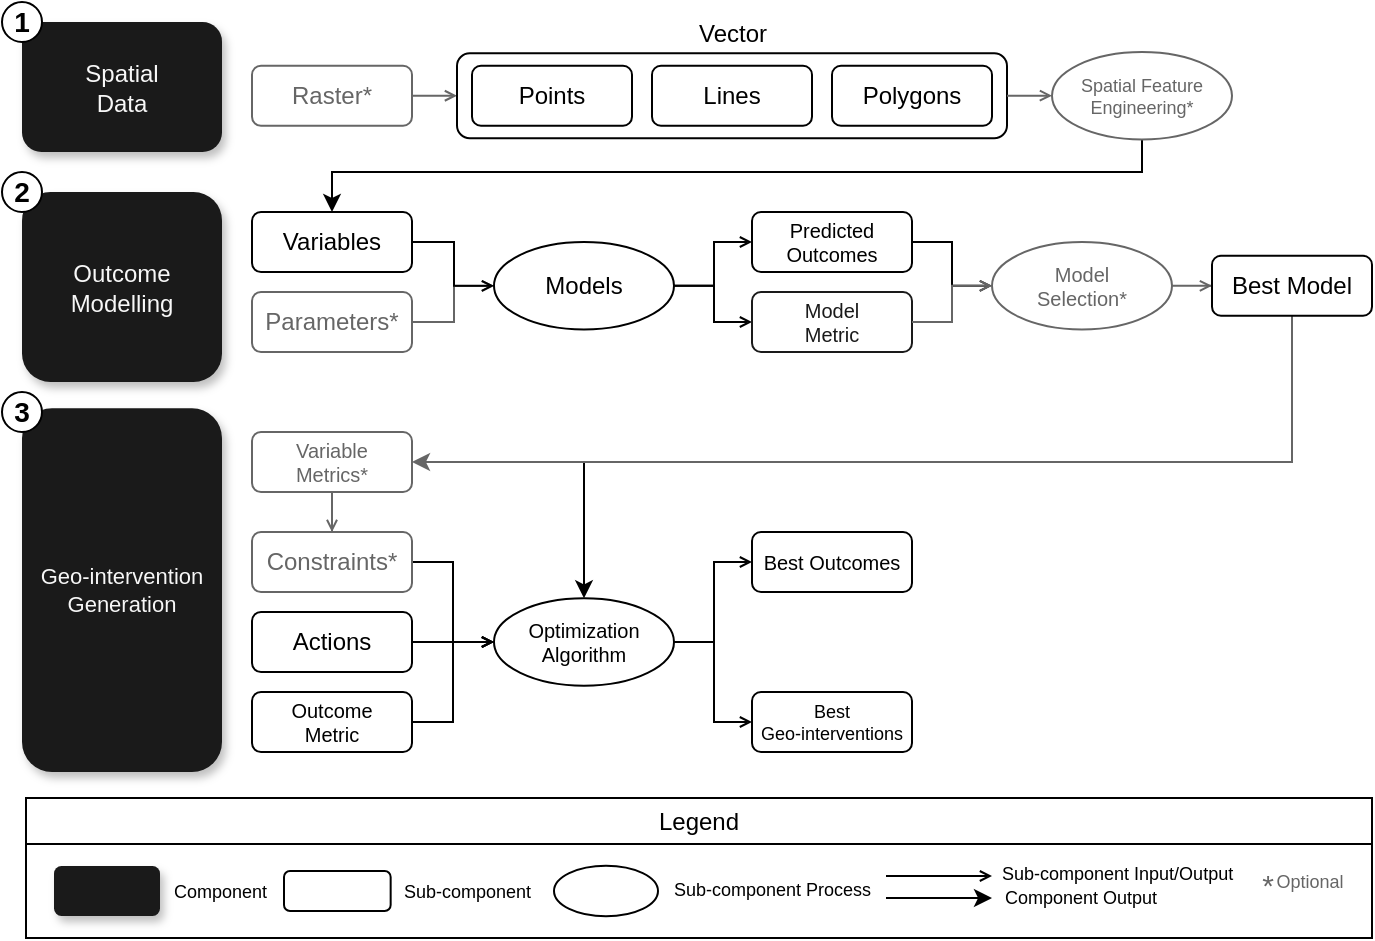
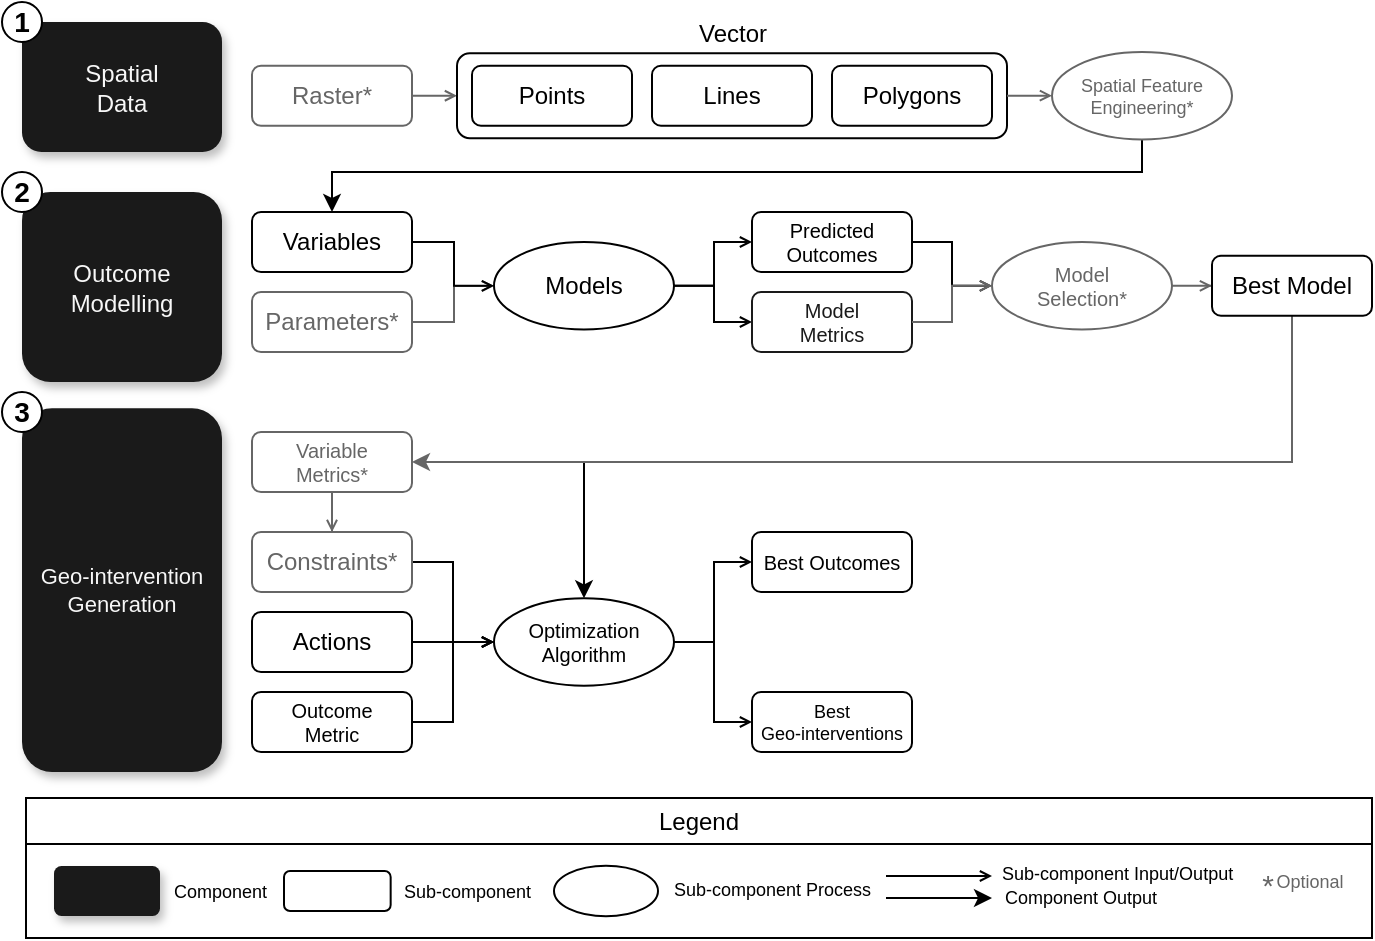
<mxfile host="Electron" agent="Mozilla/5.0 (Macintosh; Intel Mac OS X 10_15_7) AppleWebKit/537.36 (KHTML, like Gecko) draw.io/25.0.2 Chrome/128.0.6613.186 Electron/32.2.5 Safari/537.36" version="25.0.2">
  <diagram name="Page-1" id="8gdRkE0yfgIarTRspHVS">
-     <mxGraphModel dx="285" dy="191" grid="1" gridSize="5" guides="1" tooltips="1" connect="1" arrows="1" fold="1" page="1" pageScale="1" pageWidth="700" pageHeight="485" math="0" shadow="0">
+     <mxGraphModel dx="757" dy="506" grid="1" gridSize="5" guides="1" tooltips="1" connect="1" arrows="1" fold="1" page="1" pageScale="1" pageWidth="700" pageHeight="485" math="1" shadow="0">
      <root>
        <mxCell id="0" />
        <mxCell id="1" parent="0" />
        <mxCell id="zVcd5So7Ncbx6f7flit7-27" value="Variables" style="rounded=1;whiteSpace=wrap;html=1;" parent="1" vertex="1">
          <mxGeometry x="132" y="112" width="80" height="30" as="geometry" />
        </mxCell>
        <mxCell id="zVcd5So7Ncbx6f7flit7-43" style="rounded=0;orthogonalLoop=1;jettySize=auto;html=1;exitX=1;exitY=0.5;exitDx=0;exitDy=0;entryX=0;entryY=0.5;entryDx=0;entryDy=0;edgeStyle=orthogonalEdgeStyle;strokeColor=#666666;endArrow=open;endFill=0;endSize=4;startSize=4;" parent="1" source="zVcd5So7Ncbx6f7flit7-28" target="zVcd5So7Ncbx6f7flit7-30" edge="1">
          <mxGeometry relative="1" as="geometry">
            <Array as="points">
              <mxPoint x="233" y="167" />
              <mxPoint x="233" y="149" />
              <mxPoint x="253" y="149" />
            </Array>
          </mxGeometry>
        </mxCell>
        <mxCell id="zVcd5So7Ncbx6f7flit7-28" value="Parameters*" style="rounded=1;whiteSpace=wrap;html=1;strokeColor=#666666;fontColor=#666666;" parent="1" vertex="1">
          <mxGeometry x="132" y="152" width="80" height="30" as="geometry" />
        </mxCell>
        <mxCell id="zVcd5So7Ncbx6f7flit7-45" style="edgeStyle=orthogonalEdgeStyle;rounded=0;orthogonalLoop=1;jettySize=auto;html=1;entryX=0;entryY=0.5;entryDx=0;entryDy=0;endArrow=open;endFill=0;endSize=4;startSize=4;" parent="1" source="zVcd5So7Ncbx6f7flit7-30" target="zVcd5So7Ncbx6f7flit7-31" edge="1">
          <mxGeometry relative="1" as="geometry" />
        </mxCell>
        <mxCell id="Uf6OMud8qKE22yOZLW_d-1" style="edgeStyle=orthogonalEdgeStyle;rounded=0;orthogonalLoop=1;jettySize=auto;html=1;entryX=0;entryY=0.5;entryDx=0;entryDy=0;endArrow=open;endFill=0;endSize=4;startSize=4;" edge="1" parent="1" source="zVcd5So7Ncbx6f7flit7-30" target="zVcd5So7Ncbx6f7flit7-46">
          <mxGeometry relative="1" as="geometry" />
        </mxCell>
        <mxCell id="zVcd5So7Ncbx6f7flit7-30" value="Models" style="ellipse;whiteSpace=wrap;html=1;fontColor=#000000;strokeColor=#000000;fontSize=12;" parent="1" vertex="1">
          <mxGeometry x="253" y="127.00999999999999" width="90" height="43.75" as="geometry" />
        </mxCell>
        <mxCell id="zVcd5So7Ncbx6f7flit7-49" style="edgeStyle=orthogonalEdgeStyle;rounded=0;orthogonalLoop=1;jettySize=auto;html=1;entryX=0;entryY=0.5;entryDx=0;entryDy=0;endArrow=open;endFill=0;endSize=4;startSize=4;" parent="1" source="zVcd5So7Ncbx6f7flit7-31" target="zVcd5So7Ncbx6f7flit7-33" edge="1">
          <mxGeometry relative="1" as="geometry" />
        </mxCell>
        <mxCell id="zVcd5So7Ncbx6f7flit7-31" value="Predicted Outcomes" style="rounded=1;whiteSpace=wrap;html=1;fontSize=10;" parent="1" vertex="1">
          <mxGeometry x="382" y="112" width="80" height="30" as="geometry" />
        </mxCell>
        <mxCell id="zVcd5So7Ncbx6f7flit7-44" style="edgeStyle=orthogonalEdgeStyle;rounded=0;orthogonalLoop=1;jettySize=auto;html=1;entryX=0;entryY=0.5;entryDx=0;entryDy=0;endArrow=open;endFill=0;endSize=4;startSize=4;" parent="1" source="zVcd5So7Ncbx6f7flit7-27" target="zVcd5So7Ncbx6f7flit7-30" edge="1">
          <mxGeometry relative="1" as="geometry">
            <Array as="points">
              <mxPoint x="233" y="127" />
              <mxPoint x="233" y="149" />
            </Array>
          </mxGeometry>
        </mxCell>
        <mxCell id="zVcd5So7Ncbx6f7flit7-51" style="edgeStyle=orthogonalEdgeStyle;rounded=0;orthogonalLoop=1;jettySize=auto;html=1;entryX=0;entryY=0.5;entryDx=0;entryDy=0;strokeColor=#666666;endArrow=open;endFill=0;endSize=4;startSize=4;" parent="1" source="zVcd5So7Ncbx6f7flit7-33" target="zVcd5So7Ncbx6f7flit7-47" edge="1">
          <mxGeometry relative="1" as="geometry" />
        </mxCell>
        <mxCell id="zVcd5So7Ncbx6f7flit7-33" value="Model&lt;div&gt;Selection*&lt;/div&gt;" style="ellipse;whiteSpace=wrap;html=1;fontColor=#666666;strokeColor=#666666;fontSize=10;" parent="1" vertex="1">
          <mxGeometry x="502" y="127.00999999999999" width="90" height="43.75" as="geometry" />
        </mxCell>
        <mxCell id="zVcd5So7Ncbx6f7flit7-18" style="edgeStyle=orthogonalEdgeStyle;rounded=0;orthogonalLoop=1;jettySize=auto;html=1;entryX=0;entryY=0.5;entryDx=0;entryDy=0;fontColor=#666666;strokeColor=#666666;endArrow=open;endFill=0;endSize=4;startSize=4;" parent="1" source="zVcd5So7Ncbx6f7flit7-16" target="zVcd5So7Ncbx6f7flit7-8" edge="1">
          <mxGeometry relative="1" as="geometry" />
        </mxCell>
        <mxCell id="zVcd5So7Ncbx6f7flit7-16" value="Raster*" style="rounded=1;whiteSpace=wrap;html=1;strokeColor=#666666;fontColor=#666666;" parent="1" vertex="1">
          <mxGeometry x="132" y="38.870000000000005" width="80" height="30" as="geometry" />
        </mxCell>
        <mxCell id="zVcd5So7Ncbx6f7flit7-8" value="Vector" style="rounded=1;whiteSpace=wrap;html=1;glass=0;fillColor=none;verticalAlign=top;spacing=0;spacingTop=-22;align=center;fontColor=#000000;strokeColor=#000000;spacingRight=0;spacingLeft=0;" parent="1" vertex="1">
          <mxGeometry x="234.5" y="32.620000000000005" width="275" height="42.5" as="geometry" />
        </mxCell>
        <mxCell id="zVcd5So7Ncbx6f7flit7-1" value="Points" style="rounded=1;whiteSpace=wrap;html=1;" parent="1" vertex="1">
          <mxGeometry x="242" y="38.870000000000005" width="80" height="30" as="geometry" />
        </mxCell>
        <mxCell id="zVcd5So7Ncbx6f7flit7-5" value="Lines" style="rounded=1;whiteSpace=wrap;html=1;" parent="1" vertex="1">
          <mxGeometry x="332" y="38.870000000000005" width="80" height="30" as="geometry" />
        </mxCell>
        <mxCell id="zVcd5So7Ncbx6f7flit7-6" value="Polygons" style="rounded=1;whiteSpace=wrap;html=1;" parent="1" vertex="1">
          <mxGeometry x="422" y="38.870000000000005" width="80" height="30" as="geometry" />
        </mxCell>
        <mxCell id="zVcd5So7Ncbx6f7flit7-48" style="edgeStyle=orthogonalEdgeStyle;rounded=0;orthogonalLoop=1;jettySize=auto;html=1;entryX=0.5;entryY=0;entryDx=0;entryDy=0;" parent="1" source="zVcd5So7Ncbx6f7flit7-22" target="zVcd5So7Ncbx6f7flit7-27" edge="1">
          <mxGeometry relative="1" as="geometry">
            <Array as="points">
              <mxPoint x="577" y="92" />
              <mxPoint x="172" y="92" />
            </Array>
          </mxGeometry>
        </mxCell>
        <mxCell id="zVcd5So7Ncbx6f7flit7-22" value="Spatial&amp;nbsp;&lt;span style=&quot;background-color: initial;&quot;&gt;Feature&lt;/span&gt;&lt;div&gt;Engineering*&lt;/div&gt;" style="ellipse;whiteSpace=wrap;html=1;fontColor=#666666;strokeColor=#666666;fontSize=9;" parent="1" vertex="1">
          <mxGeometry x="532" y="32" width="90" height="43.75" as="geometry" />
        </mxCell>
        <mxCell id="zVcd5So7Ncbx6f7flit7-25" style="edgeStyle=orthogonalEdgeStyle;rounded=0;orthogonalLoop=1;jettySize=auto;html=1;entryX=0;entryY=0.5;entryDx=0;entryDy=0;fontColor=#666666;strokeColor=#666666;endArrow=open;endFill=0;endSize=4;startSize=4;" parent="1" source="zVcd5So7Ncbx6f7flit7-8" target="zVcd5So7Ncbx6f7flit7-22" edge="1">
          <mxGeometry relative="1" as="geometry" />
        </mxCell>
-         <mxCell id="zVcd5So7Ncbx6f7flit7-46" value="Model&lt;div&gt;Metric&lt;/div&gt;" style="rounded=1;whiteSpace=wrap;html=1;fontSize=10;fontColor=#1A1A1A;strokeColor=#1A1A1A;" parent="1" vertex="1">
+         <mxCell id="zVcd5So7Ncbx6f7flit7-46" value="Model&lt;div&gt;Metrics&lt;/div&gt;" style="rounded=1;whiteSpace=wrap;html=1;fontSize=10;fontColor=#1A1A1A;strokeColor=#1A1A1A;" parent="1" vertex="1">
          <mxGeometry x="382" y="152" width="80" height="30" as="geometry" />
        </mxCell>
        <mxCell id="zVcd5So7Ncbx6f7flit7-59" style="edgeStyle=orthogonalEdgeStyle;rounded=0;orthogonalLoop=1;jettySize=auto;html=1;entryX=0.5;entryY=0;entryDx=0;entryDy=0;endArrow=classic;endFill=1;" parent="1" source="zVcd5So7Ncbx6f7flit7-47" target="zVcd5So7Ncbx6f7flit7-55" edge="1">
          <mxGeometry relative="1" as="geometry">
            <Array as="points">
              <mxPoint x="652" y="237" />
              <mxPoint x="298" y="237" />
            </Array>
          </mxGeometry>
        </mxCell>
        <mxCell id="zVcd5So7Ncbx6f7flit7-64" style="edgeStyle=orthogonalEdgeStyle;rounded=0;orthogonalLoop=1;jettySize=auto;html=1;entryX=1;entryY=0.5;entryDx=0;entryDy=0;strokeColor=#666666;endArrow=classic;endFill=1;" parent="1" source="zVcd5So7Ncbx6f7flit7-47" target="zVcd5So7Ncbx6f7flit7-54" edge="1">
          <mxGeometry relative="1" as="geometry">
            <Array as="points">
              <mxPoint x="652" y="237" />
            </Array>
          </mxGeometry>
        </mxCell>
        <mxCell id="zVcd5So7Ncbx6f7flit7-47" value="Best Model" style="rounded=1;whiteSpace=wrap;html=1;" parent="1" vertex="1">
          <mxGeometry x="612" y="133.88" width="80" height="30" as="geometry" />
        </mxCell>
        <mxCell id="zVcd5So7Ncbx6f7flit7-50" style="edgeStyle=orthogonalEdgeStyle;rounded=0;orthogonalLoop=1;jettySize=auto;html=1;entryX=0;entryY=0.5;entryDx=0;entryDy=0;strokeColor=#666666;endArrow=open;endFill=0;endSize=4;startSize=4;" parent="1" source="zVcd5So7Ncbx6f7flit7-46" target="zVcd5So7Ncbx6f7flit7-33" edge="1">
          <mxGeometry relative="1" as="geometry" />
        </mxCell>
        <mxCell id="zVcd5So7Ncbx6f7flit7-60" style="edgeStyle=orthogonalEdgeStyle;rounded=0;orthogonalLoop=1;jettySize=auto;html=1;entryX=0;entryY=0.5;entryDx=0;entryDy=0;endArrow=open;endFill=0;endSize=4;startSize=4;" parent="1" source="zVcd5So7Ncbx6f7flit7-52" target="zVcd5So7Ncbx6f7flit7-55" edge="1">
          <mxGeometry relative="1" as="geometry" />
        </mxCell>
        <mxCell id="zVcd5So7Ncbx6f7flit7-52" value="Actions" style="rounded=1;whiteSpace=wrap;html=1;" parent="1" vertex="1">
          <mxGeometry x="132" y="312" width="80" height="30" as="geometry" />
        </mxCell>
        <mxCell id="zVcd5So7Ncbx6f7flit7-62" style="edgeStyle=orthogonalEdgeStyle;rounded=0;orthogonalLoop=1;jettySize=auto;html=1;entryX=0;entryY=0.5;entryDx=0;entryDy=0;endArrow=open;endFill=0;endSize=4;startSize=4;" parent="1" source="zVcd5So7Ncbx6f7flit7-53" target="zVcd5So7Ncbx6f7flit7-55" edge="1">
          <mxGeometry relative="1" as="geometry" />
        </mxCell>
        <mxCell id="zVcd5So7Ncbx6f7flit7-53" value="Constraints*" style="rounded=1;whiteSpace=wrap;html=1;strokeColor=#666666;fontColor=#666666;" parent="1" vertex="1">
          <mxGeometry x="132" y="272" width="80" height="30" as="geometry" />
        </mxCell>
        <mxCell id="zVcd5So7Ncbx6f7flit7-63" style="edgeStyle=orthogonalEdgeStyle;rounded=0;orthogonalLoop=1;jettySize=auto;html=1;entryX=0.5;entryY=0;entryDx=0;entryDy=0;fontColor=#666666;strokeColor=#666666;endArrow=open;endFill=0;endSize=4;startSize=4;" parent="1" source="zVcd5So7Ncbx6f7flit7-54" target="zVcd5So7Ncbx6f7flit7-53" edge="1">
          <mxGeometry relative="1" as="geometry" />
        </mxCell>
        <mxCell id="zVcd5So7Ncbx6f7flit7-54" value="Variable&lt;div&gt;Metrics*&lt;/div&gt;" style="rounded=1;whiteSpace=wrap;html=1;strokeColor=#666666;fontColor=#666666;fontSize=10;" parent="1" vertex="1">
          <mxGeometry x="132" y="222" width="80" height="30" as="geometry" />
        </mxCell>
        <mxCell id="zVcd5So7Ncbx6f7flit7-66" style="edgeStyle=orthogonalEdgeStyle;rounded=0;orthogonalLoop=1;jettySize=auto;html=1;entryX=0;entryY=0.5;entryDx=0;entryDy=0;endArrow=open;endFill=0;endSize=4;startSize=4;" parent="1" source="zVcd5So7Ncbx6f7flit7-55" target="zVcd5So7Ncbx6f7flit7-57" edge="1">
          <mxGeometry relative="1" as="geometry" />
        </mxCell>
        <mxCell id="zVcd5So7Ncbx6f7flit7-67" style="edgeStyle=orthogonalEdgeStyle;rounded=0;orthogonalLoop=1;jettySize=auto;html=1;entryX=0;entryY=0.5;entryDx=0;entryDy=0;endArrow=open;endFill=0;endSize=4;startSize=4;" parent="1" source="zVcd5So7Ncbx6f7flit7-55" target="zVcd5So7Ncbx6f7flit7-58" edge="1">
          <mxGeometry relative="1" as="geometry" />
        </mxCell>
        <mxCell id="zVcd5So7Ncbx6f7flit7-55" value="Optimization&lt;div&gt;Algorithm&lt;/div&gt;" style="ellipse;whiteSpace=wrap;html=1;fontColor=#000000;strokeColor=#000000;fontSize=10;" parent="1" vertex="1">
          <mxGeometry x="253" y="305.13" width="90" height="43.75" as="geometry" />
        </mxCell>
        <mxCell id="zVcd5So7Ncbx6f7flit7-65" style="edgeStyle=orthogonalEdgeStyle;rounded=0;orthogonalLoop=1;jettySize=auto;html=1;entryX=0;entryY=0.5;entryDx=0;entryDy=0;endArrow=open;endFill=0;endSize=4;startSize=4;" parent="1" source="zVcd5So7Ncbx6f7flit7-56" target="zVcd5So7Ncbx6f7flit7-55" edge="1">
          <mxGeometry relative="1" as="geometry" />
        </mxCell>
        <mxCell id="zVcd5So7Ncbx6f7flit7-56" value="Outcome&lt;div&gt;Metric&lt;/div&gt;" style="rounded=1;whiteSpace=wrap;html=1;fontSize=10;" parent="1" vertex="1">
          <mxGeometry x="132" y="352" width="80" height="30" as="geometry" />
        </mxCell>
        <mxCell id="zVcd5So7Ncbx6f7flit7-57" value="Best Outcomes" style="rounded=1;whiteSpace=wrap;html=1;fontSize=10;" parent="1" vertex="1">
          <mxGeometry x="382" y="272" width="80" height="30" as="geometry" />
        </mxCell>
        <mxCell id="zVcd5So7Ncbx6f7flit7-58" value="Best&lt;div&gt;Geo-interventions&lt;/div&gt;" style="rounded=1;whiteSpace=wrap;html=1;fontSize=9;" parent="1" vertex="1">
          <mxGeometry x="382" y="352" width="80" height="30" as="geometry" />
        </mxCell>
        <mxCell id="zVcd5So7Ncbx6f7flit7-68" value="Spatial&lt;div&gt;Data&lt;/div&gt;" style="rounded=1;whiteSpace=wrap;html=1;fillColor=#1A1A1A;strokeColor=none;shadow=1;fontColor=#F7F7F7;" parent="1" vertex="1">
          <mxGeometry x="17" y="17" width="100" height="65" as="geometry" />
        </mxCell>
        <mxCell id="zVcd5So7Ncbx6f7flit7-69" value="Outcome&lt;div&gt;Modelling&lt;/div&gt;" style="rounded=1;whiteSpace=wrap;html=1;fillColor=#1A1A1A;strokeColor=none;shadow=1;fontColor=#F7F7F7;" parent="1" vertex="1">
          <mxGeometry x="17" y="102" width="100" height="95" as="geometry" />
        </mxCell>
        <mxCell id="zVcd5So7Ncbx6f7flit7-70" value="1" style="ellipse;whiteSpace=wrap;html=1;aspect=fixed;fontStyle=1;fontSize=14;strokeWidth=1;" parent="1" vertex="1">
          <mxGeometry x="7" y="7" width="20" height="20" as="geometry" />
        </mxCell>
        <mxCell id="zVcd5So7Ncbx6f7flit7-71" value="2" style="ellipse;whiteSpace=wrap;html=1;aspect=fixed;fontStyle=1;fontSize=14;strokeWidth=1;" parent="1" vertex="1">
          <mxGeometry x="7" y="92" width="20" height="20" as="geometry" />
        </mxCell>
        <mxCell id="zVcd5So7Ncbx6f7flit7-72" value="Geo-intervention&lt;div&gt;Generation&lt;/div&gt;" style="rounded=1;whiteSpace=wrap;html=1;fillColor=#1A1A1A;strokeColor=none;shadow=1;fontColor=#F7F7F7;rotation=0;fontSize=11;" parent="1" vertex="1">
          <mxGeometry x="17" y="210.13" width="100" height="181.87" as="geometry" />
        </mxCell>
        <mxCell id="zVcd5So7Ncbx6f7flit7-73" value="3" style="ellipse;whiteSpace=wrap;html=1;aspect=fixed;fontStyle=1;fontSize=14;strokeWidth=1;" parent="1" vertex="1">
          <mxGeometry x="7" y="202" width="20" height="20" as="geometry" />
        </mxCell>
        <mxCell id="zVcd5So7Ncbx6f7flit7-83" value="" style="rounded=0;whiteSpace=wrap;html=1;" parent="1" vertex="1">
          <mxGeometry x="19" y="425" width="673" height="50" as="geometry" />
        </mxCell>
        <mxCell id="zVcd5So7Ncbx6f7flit7-89" style="edgeStyle=orthogonalEdgeStyle;rounded=0;orthogonalLoop=1;jettySize=auto;html=1;endArrow=open;endFill=0;endSize=4;startSize=4;" parent="1" edge="1">
          <mxGeometry relative="1" as="geometry">
            <mxPoint x="449" y="444" as="sourcePoint" />
            <mxPoint x="502" y="444" as="targetPoint" />
          </mxGeometry>
        </mxCell>
        <mxCell id="zVcd5So7Ncbx6f7flit7-90" value="Sub-component Input/Output" style="edgeLabel;html=1;align=left;verticalAlign=middle;resizable=0;points=[];fontSize=9;" parent="zVcd5So7Ncbx6f7flit7-89" vertex="1" connectable="0">
          <mxGeometry x="0.24" y="-3" relative="1" as="geometry">
            <mxPoint x="23" y="-4" as="offset" />
          </mxGeometry>
        </mxCell>
        <mxCell id="zVcd5So7Ncbx6f7flit7-95" value="" style="group" parent="1" vertex="1" connectable="0">
          <mxGeometry x="33" y="439" width="423" height="25.140000000000043" as="geometry" />
        </mxCell>
        <mxCell id="zVcd5So7Ncbx6f7flit7-93" value="" style="rounded=1;whiteSpace=wrap;html=1;fillColor=#1A1A1A;strokeColor=none;shadow=1;fontColor=#F7F7F7;rotation=0;fontSize=11;" parent="zVcd5So7Ncbx6f7flit7-95" vertex="1">
          <mxGeometry width="53" height="25" as="geometry" />
        </mxCell>
        <mxCell id="zVcd5So7Ncbx6f7flit7-94" value="Component" style="text;html=1;align=left;verticalAlign=middle;whiteSpace=wrap;rounded=0;fontSize=9;" parent="zVcd5So7Ncbx6f7flit7-95" vertex="1">
          <mxGeometry x="58" y="7.5" width="115" height="10" as="geometry" />
        </mxCell>
        <mxCell id="zVcd5So7Ncbx6f7flit7-92" value="" style="group" parent="zVcd5So7Ncbx6f7flit7-95" vertex="1" connectable="0">
          <mxGeometry x="115" y="2.5" width="308" height="22.640000000000043" as="geometry" />
        </mxCell>
        <mxCell id="zVcd5So7Ncbx6f7flit7-84" value="" style="rounded=1;whiteSpace=wrap;html=1;fontSize=9;align=left;spacing=0;spacingLeft=60;aspect=fixed;" parent="zVcd5So7Ncbx6f7flit7-92" vertex="1">
          <mxGeometry width="53.33" height="20" as="geometry" />
        </mxCell>
        <mxCell id="zVcd5So7Ncbx6f7flit7-91" value="Sub-component" style="text;html=1;align=left;verticalAlign=middle;whiteSpace=wrap;rounded=0;fontSize=9;" parent="zVcd5So7Ncbx6f7flit7-92" vertex="1">
          <mxGeometry x="58" y="5" width="115" height="10" as="geometry" />
        </mxCell>
        <mxCell id="zVcd5So7Ncbx6f7flit7-105" value="" style="group" parent="zVcd5So7Ncbx6f7flit7-92" vertex="1" connectable="0">
          <mxGeometry x="135" y="-2.6499999999999773" width="173" height="25.29000000000002" as="geometry" />
        </mxCell>
        <mxCell id="zVcd5So7Ncbx6f7flit7-103" value="" style="ellipse;whiteSpace=wrap;html=1;fontColor=#000000;strokeColor=#000000;fontSize=12;aspect=fixed;" parent="zVcd5So7Ncbx6f7flit7-105" vertex="1">
          <mxGeometry width="52" height="25.29" as="geometry" />
        </mxCell>
        <mxCell id="zVcd5So7Ncbx6f7flit7-104" value="Sub-component Process" style="text;html=1;align=left;verticalAlign=middle;whiteSpace=wrap;rounded=0;fontSize=9;" parent="zVcd5So7Ncbx6f7flit7-105" vertex="1">
          <mxGeometry x="58" y="7.639999999999986" width="115" height="10" as="geometry" />
        </mxCell>
        <mxCell id="zVcd5So7Ncbx6f7flit7-97" style="rounded=0;orthogonalLoop=1;jettySize=auto;html=1;" parent="1" edge="1">
          <mxGeometry relative="1" as="geometry">
            <mxPoint x="449" y="454.99999999999994" as="sourcePoint" />
            <mxPoint x="502" y="454.99999999999994" as="targetPoint" />
          </mxGeometry>
        </mxCell>
        <mxCell id="zVcd5So7Ncbx6f7flit7-98" value="Component Output" style="edgeLabel;html=1;align=center;verticalAlign=middle;resizable=0;points=[];fontSize=9;" parent="zVcd5So7Ncbx6f7flit7-97" vertex="1" connectable="0">
          <mxGeometry x="0.1282" y="-2" relative="1" as="geometry">
            <mxPoint x="67" y="-2" as="offset" />
          </mxGeometry>
        </mxCell>
        <mxCell id="zVcd5So7Ncbx6f7flit7-100" value="&lt;font&gt;Optional&lt;/font&gt;" style="text;html=1;align=center;verticalAlign=middle;whiteSpace=wrap;rounded=0;fontSize=9;fontColor=#666666;" parent="1" vertex="1">
          <mxGeometry x="640" y="439" width="42" height="15" as="geometry" />
        </mxCell>
        <mxCell id="zVcd5So7Ncbx6f7flit7-101" value="&lt;span&gt;*&lt;/span&gt;" style="text;html=1;align=center;verticalAlign=middle;whiteSpace=wrap;rounded=0;fontSize=15;fontColor=#666666;" parent="1" vertex="1">
          <mxGeometry x="635" y="440" width="10" height="15" as="geometry" />
        </mxCell>
        <mxCell id="zVcd5So7Ncbx6f7flit7-108" value="Legend" style="rounded=0;whiteSpace=wrap;html=1;" parent="1" vertex="1">
          <mxGeometry x="19" y="405" width="673" height="23" as="geometry" />
        </mxCell>
      </root>
    </mxGraphModel>
  </diagram>
</mxfile>
